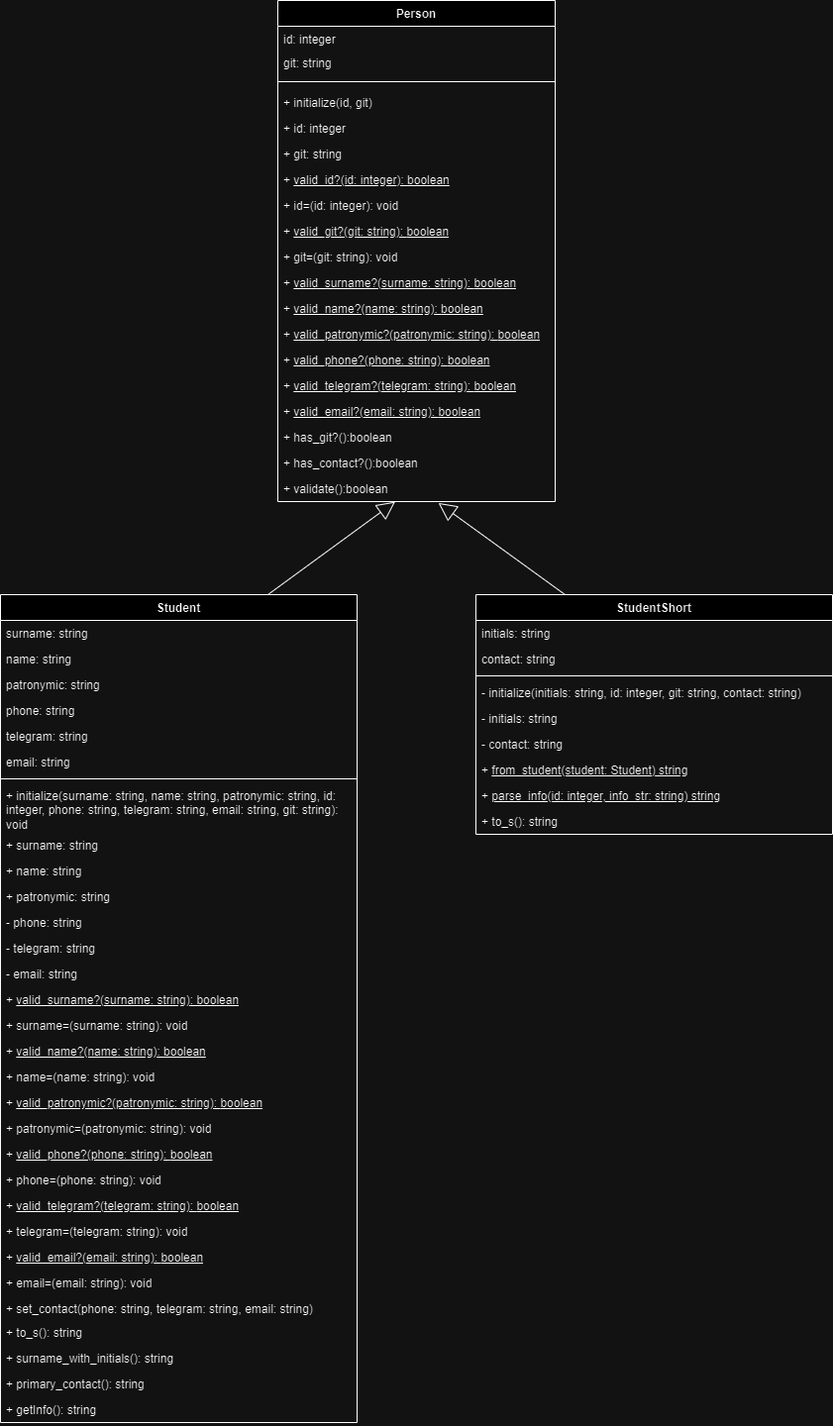
Earlier version of the draw.io export Student/class_diagram.png (thesmalllest/ruby_labs). Source tidied: cells renumbered, new cells last; positions are measured from the earlier drawing's top-left corner, leaving out a move shared by most shapes.
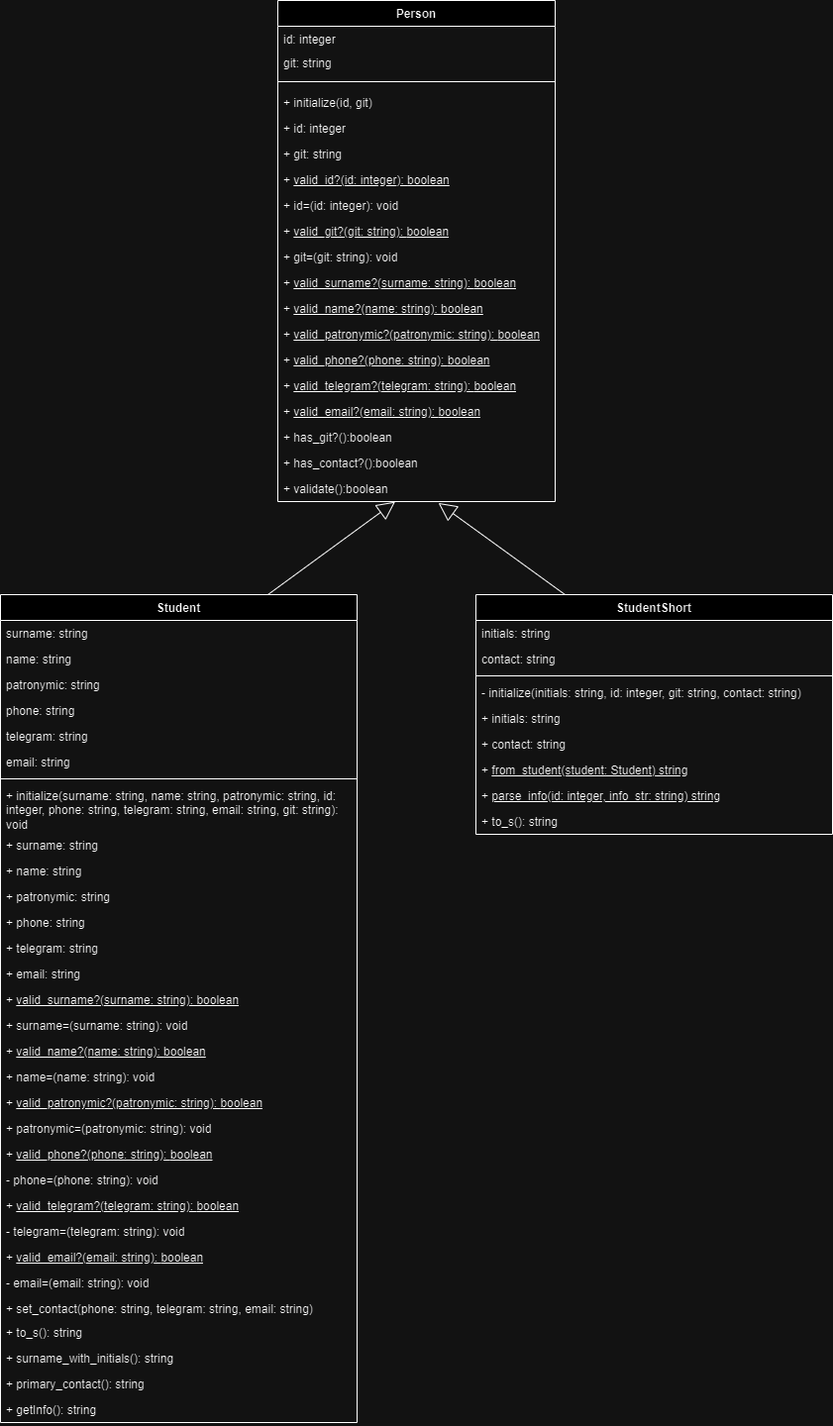
The same file after the commit.

Commit message:
lab 2 | Updated class diagram

The edit, as a diff of the source:
```diff
@@ -98,13 +98,13 @@
     <mxCell id="33" value="+ patronymic: string" style="text;strokeColor=none;fillColor=none;align=left;verticalAlign=top;spacingLeft=4;spacingRight=4;overflow=hidden;whiteSpace=wrap;html=1;" parent="22" vertex="1">
       <mxGeometry y="292" width="360" height="26" as="geometry" />
     </mxCell>
-    <mxCell id="34" value="- phone: string" style="text;strokeColor=none;fillColor=none;align=left;verticalAlign=top;spacingLeft=4;spacingRight=4;overflow=hidden;whiteSpace=wrap;html=1;" parent="22" vertex="1">
+    <mxCell id="34" value="+ phone: string" style="text;strokeColor=none;fillColor=none;align=left;verticalAlign=top;spacingLeft=4;spacingRight=4;overflow=hidden;whiteSpace=wrap;html=1;" parent="22" vertex="1">
       <mxGeometry y="318" width="360" height="26" as="geometry" />
     </mxCell>
-    <mxCell id="35" value="- telegram: string" style="text;strokeColor=none;fillColor=none;align=left;verticalAlign=top;spacingLeft=4;spacingRight=4;overflow=hidden;whiteSpace=wrap;html=1;" parent="22" vertex="1">
+    <mxCell id="35" value="+ telegram: string" style="text;strokeColor=none;fillColor=none;align=left;verticalAlign=top;spacingLeft=4;spacingRight=4;overflow=hidden;whiteSpace=wrap;html=1;" parent="22" vertex="1">
       <mxGeometry y="344" width="360" height="26" as="geometry" />
     </mxCell>
-    <mxCell id="36" value="- email: string" style="text;strokeColor=none;fillColor=none;align=left;verticalAlign=top;spacingLeft=4;spacingRight=4;overflow=hidden;whiteSpace=wrap;html=1;" parent="22" vertex="1">
+    <mxCell id="36" value="+ email: string" style="text;strokeColor=none;fillColor=none;align=left;verticalAlign=top;spacingLeft=4;spacingRight=4;overflow=hidden;whiteSpace=wrap;html=1;" parent="22" vertex="1">
       <mxGeometry y="370" width="360" height="26" as="geometry" />
     </mxCell>
     <mxCell id="37" value="+ &lt;u&gt;valid_surname?(surname: string): boolean&lt;/u&gt;" style="text;strokeColor=none;fillColor=none;align=left;verticalAlign=top;spacingLeft=4;spacingRight=4;overflow=hidden;whiteSpace=wrap;html=1;" parent="22" vertex="1">
@@ -128,19 +128,19 @@
     <mxCell id="43" value="+ &lt;u&gt;valid_phone?(phone: string):&amp;nbsp;&lt;/u&gt;&lt;u&gt;boolean&lt;/u&gt;" style="text;strokeColor=none;fillColor=none;align=left;verticalAlign=top;spacingLeft=4;spacingRight=4;overflow=hidden;whiteSpace=wrap;html=1;" parent="22" vertex="1">
       <mxGeometry y="552" width="360" height="26" as="geometry" />
     </mxCell>
-    <mxCell id="44" value="+ phone=(phone: string): void" style="text;strokeColor=none;fillColor=none;align=left;verticalAlign=top;spacingLeft=4;spacingRight=4;overflow=hidden;whiteSpace=wrap;html=1;" parent="22" vertex="1">
+    <mxCell id="44" value="- phone=(phone: string): void" style="text;strokeColor=none;fillColor=none;align=left;verticalAlign=top;spacingLeft=4;spacingRight=4;overflow=hidden;whiteSpace=wrap;html=1;" parent="22" vertex="1">
       <mxGeometry y="578" width="360" height="26" as="geometry" />
     </mxCell>
     <mxCell id="45" value="+ &lt;u&gt;valid_telegram?(telegram: string):&amp;nbsp;&lt;/u&gt;&lt;u&gt;boolean&lt;/u&gt;" style="text;strokeColor=none;fillColor=none;align=left;verticalAlign=top;spacingLeft=4;spacingRight=4;overflow=hidden;whiteSpace=wrap;html=1;" parent="22" vertex="1">
       <mxGeometry y="604" width="360" height="26" as="geometry" />
     </mxCell>
-    <mxCell id="46" value="+ telegram=(telegram: string): void" style="text;strokeColor=none;fillColor=none;align=left;verticalAlign=top;spacingLeft=4;spacingRight=4;overflow=hidden;whiteSpace=wrap;html=1;" parent="22" vertex="1">
+    <mxCell id="46" value="- telegram=(telegram: string): void" style="text;strokeColor=none;fillColor=none;align=left;verticalAlign=top;spacingLeft=4;spacingRight=4;overflow=hidden;whiteSpace=wrap;html=1;" parent="22" vertex="1">
       <mxGeometry y="630" width="360" height="26" as="geometry" />
     </mxCell>
     <mxCell id="47" value="+ &lt;u&gt;valid_email?(email: string):&amp;nbsp;&lt;/u&gt;&lt;u&gt;boolean&lt;/u&gt;" style="text;strokeColor=none;fillColor=none;align=left;verticalAlign=top;spacingLeft=4;spacingRight=4;overflow=hidden;whiteSpace=wrap;html=1;" parent="22" vertex="1">
       <mxGeometry y="656" width="360" height="26" as="geometry" />
     </mxCell>
-    <mxCell id="48" value="+ email=(email: string): void" style="text;strokeColor=none;fillColor=none;align=left;verticalAlign=top;spacingLeft=4;spacingRight=4;overflow=hidden;whiteSpace=wrap;html=1;" parent="22" vertex="1">
+    <mxCell id="48" value="- email=(email: string): void" style="text;strokeColor=none;fillColor=none;align=left;verticalAlign=top;spacingLeft=4;spacingRight=4;overflow=hidden;whiteSpace=wrap;html=1;" parent="22" vertex="1">
       <mxGeometry y="682" width="360" height="26" as="geometry" />
     </mxCell>
     <mxCell id="49" value="+ set_contact(phone: string, telegram: string, email: string)" style="text;strokeColor=none;fillColor=none;align=left;verticalAlign=top;spacingLeft=4;spacingRight=4;overflow=hidden;whiteSpace=wrap;html=1;" parent="22" vertex="1">
@@ -173,10 +173,10 @@
     <mxCell id="58" value="- initialize(initials: string, id: integer, git: string, contact: string)" style="text;strokeColor=none;fillColor=none;align=left;verticalAlign=top;spacingLeft=4;spacingRight=4;overflow=hidden;whiteSpace=wrap;html=1;" parent="54" vertex="1">
       <mxGeometry y="86" width="360" height="26" as="geometry" />
     </mxCell>
-    <mxCell id="59" value="- initials: string" style="text;strokeColor=none;fillColor=none;align=left;verticalAlign=top;spacingLeft=4;spacingRight=4;overflow=hidden;whiteSpace=wrap;html=1;" parent="54" vertex="1">
+    <mxCell id="59" value="+ initials: string" style="text;strokeColor=none;fillColor=none;align=left;verticalAlign=top;spacingLeft=4;spacingRight=4;overflow=hidden;whiteSpace=wrap;html=1;" parent="54" vertex="1">
       <mxGeometry y="112" width="360" height="26" as="geometry" />
     </mxCell>
-    <mxCell id="60" value="- contact: string" style="text;strokeColor=none;fillColor=none;align=left;verticalAlign=top;spacingLeft=4;spacingRight=4;overflow=hidden;whiteSpace=wrap;html=1;" parent="54" vertex="1">
+    <mxCell id="60" value="+ contact: string" style="text;strokeColor=none;fillColor=none;align=left;verticalAlign=top;spacingLeft=4;spacingRight=4;overflow=hidden;whiteSpace=wrap;html=1;" parent="54" vertex="1">
       <mxGeometry y="138" width="360" height="26" as="geometry" />
     </mxCell>
     <mxCell id="61" value="+ &lt;u&gt;from_student(student: Student) string&lt;/u&gt;" style="text;strokeColor=none;fillColor=none;align=left;verticalAlign=top;spacingLeft=4;spacingRight=4;overflow=hidden;whiteSpace=wrap;html=1;" parent="54" vertex="1">
```
